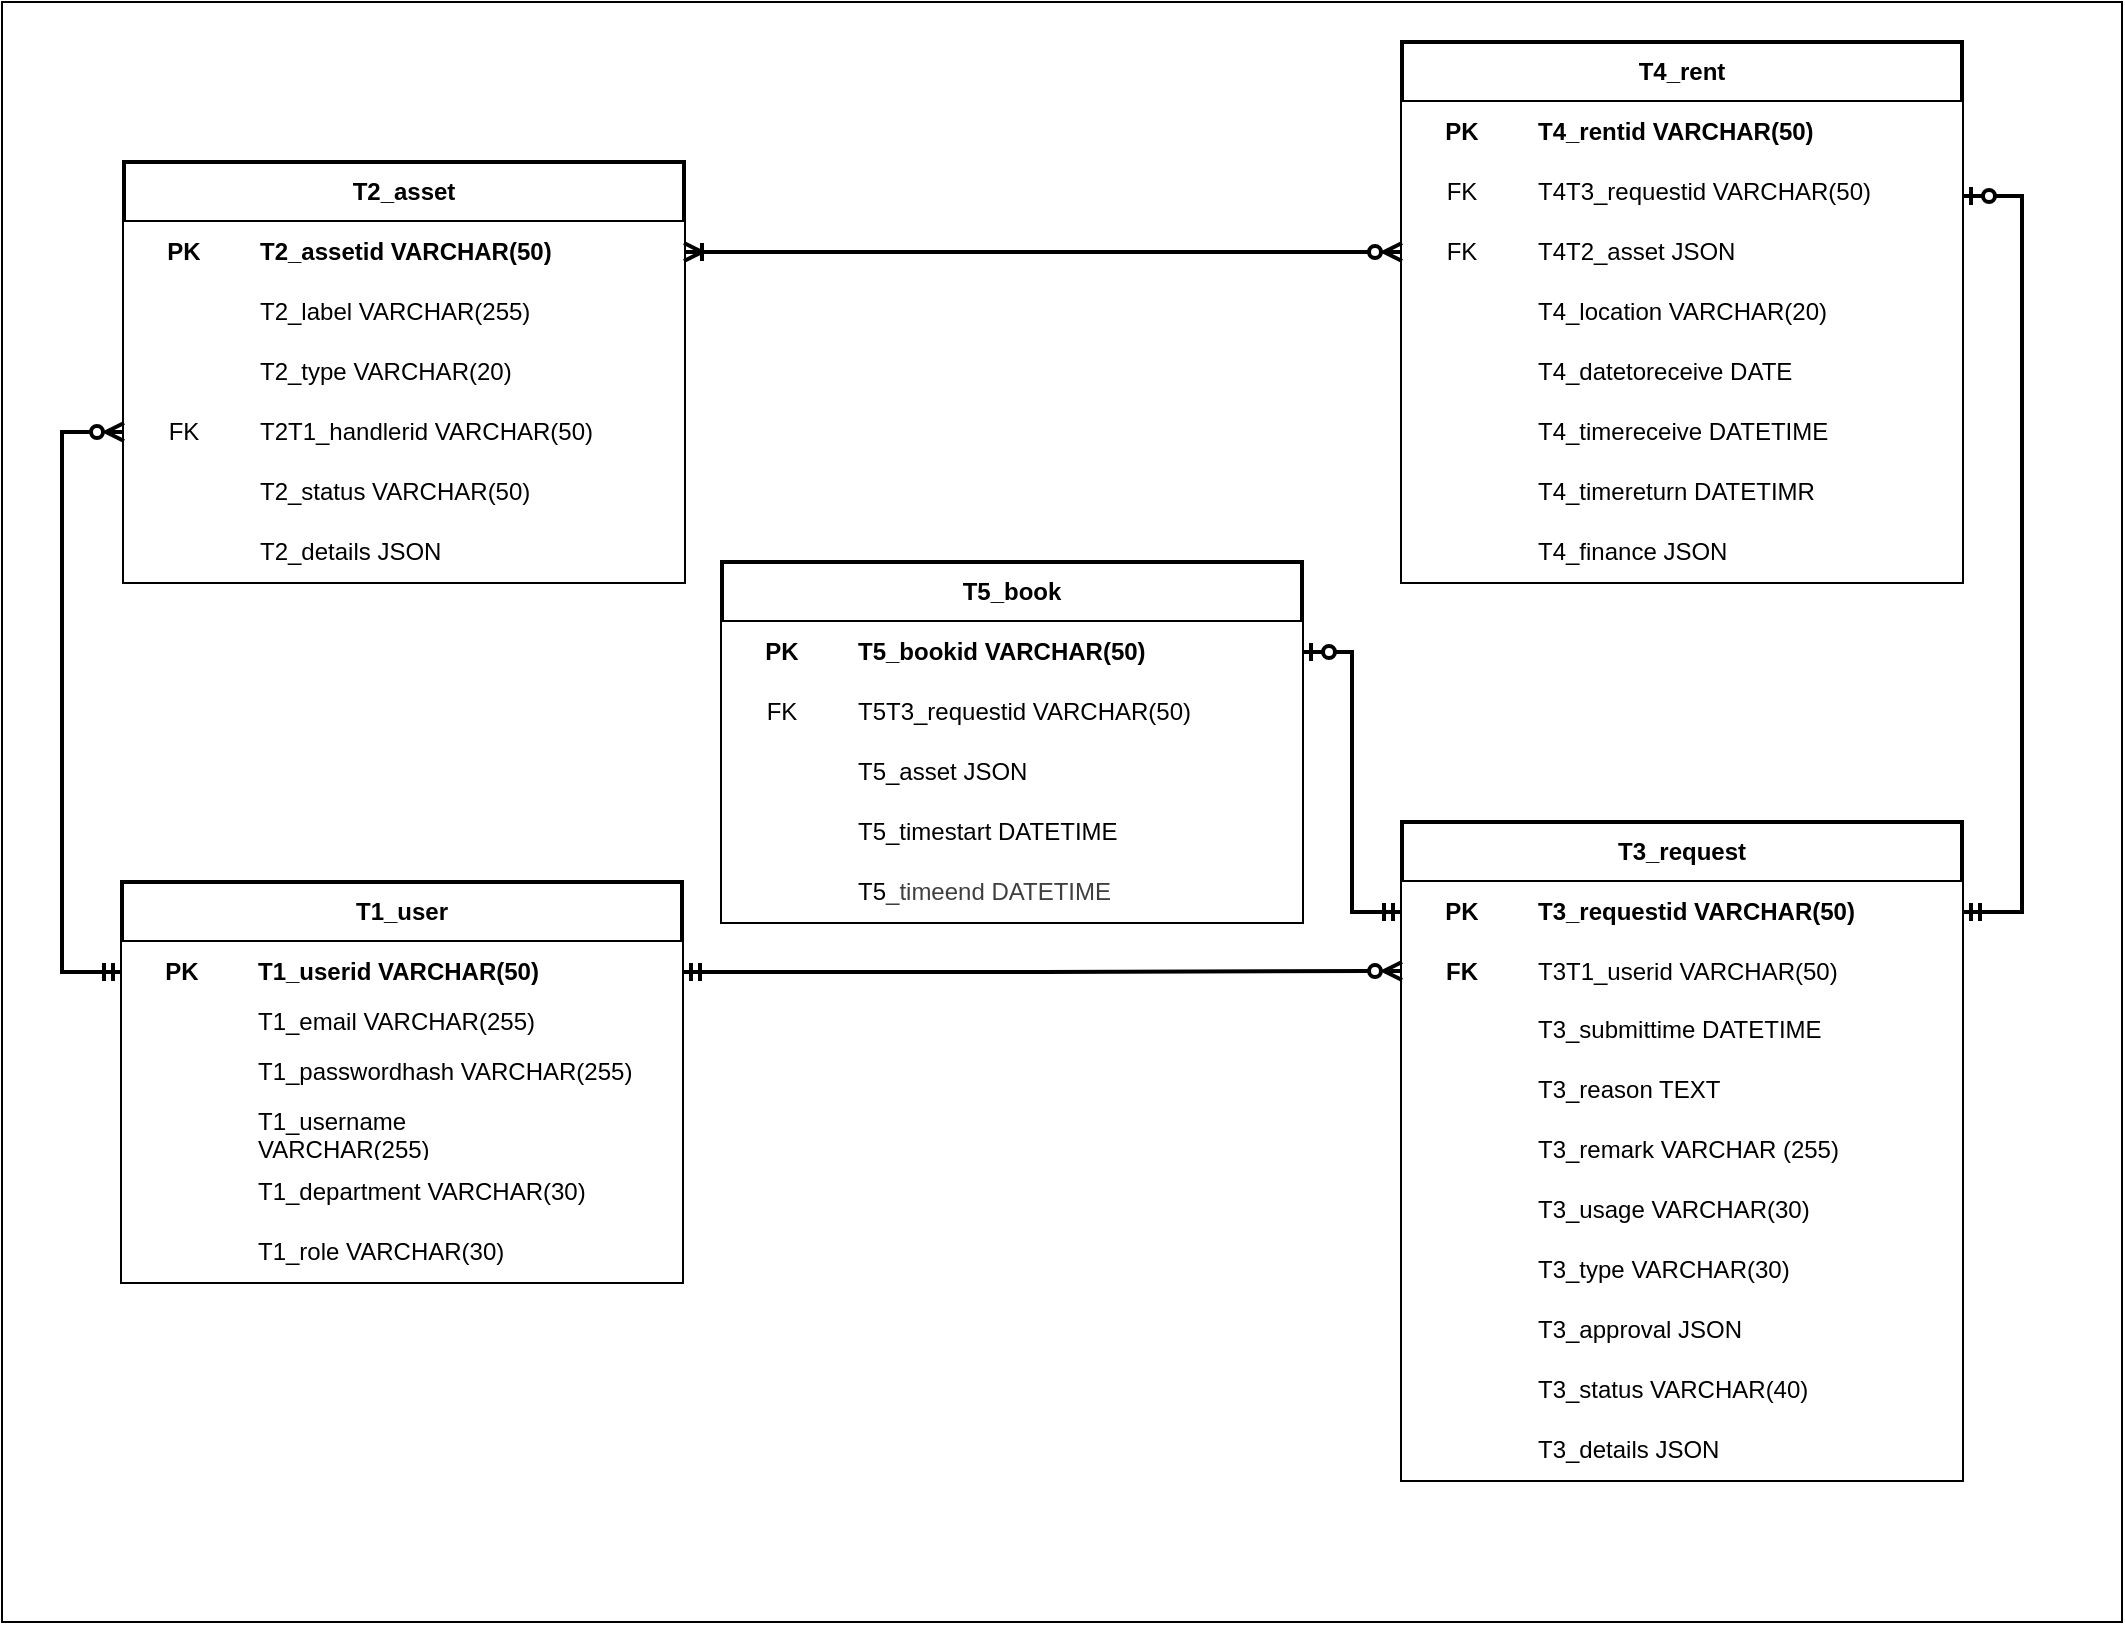
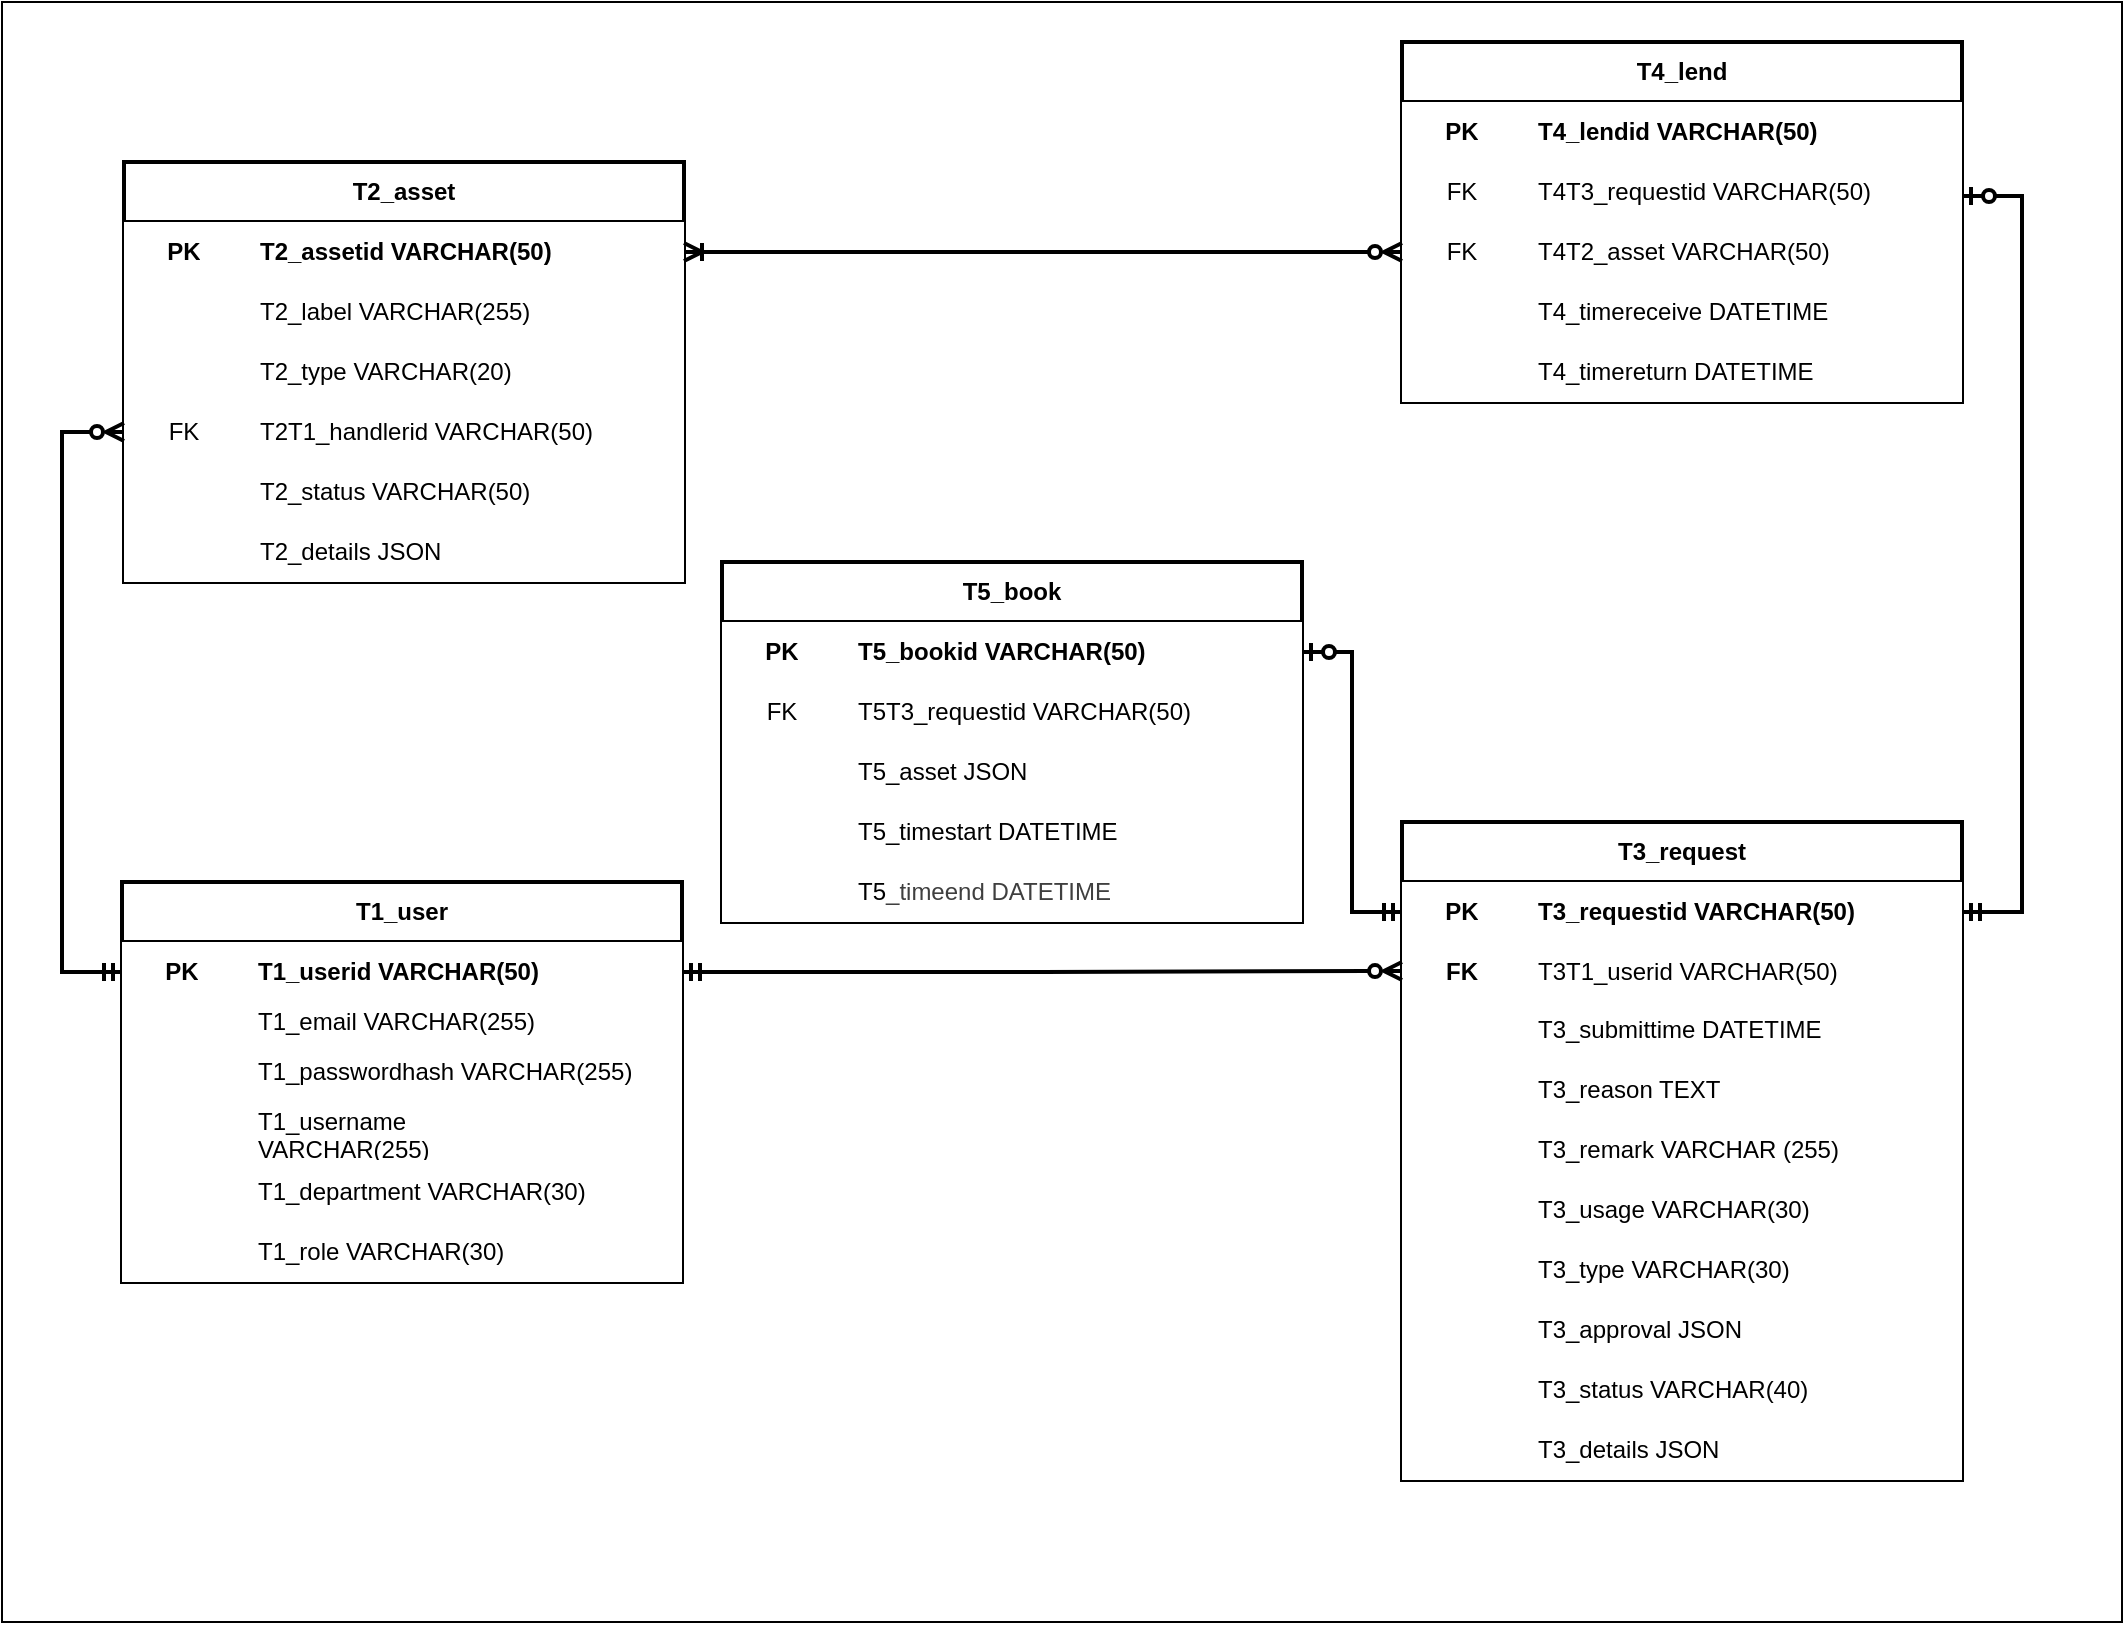
<mxfile host="65bd71144e">
    <diagram id="99jGwjI2mK34O7oxaWJw" name="Page-1">
-         <mxGraphModel dx="890" dy="521" grid="1" gridSize="10" guides="1" tooltips="1" connect="1" arrows="1" fold="1" page="1" pageScale="1" pageWidth="827" pageHeight="1169" math="0" shadow="0">
+         <mxGraphModel dx="478" dy="547" grid="1" gridSize="10" guides="1" tooltips="1" connect="1" arrows="1" fold="1" page="1" pageScale="1" pageWidth="827" pageHeight="1169" math="0" shadow="0">
            <root>
                <mxCell id="0"/>
                <mxCell id="1" parent="0"/>
                <mxCell id="160" value="" style="rounded=0;whiteSpace=wrap;html=1;" parent="1" vertex="1">
                    <mxGeometry x="160" y="90" width="1060" height="810" as="geometry"/>
                </mxCell>
                <mxCell id="18" value="T1_user" style="shape=table;startSize=30;container=1;collapsible=1;childLayout=tableLayout;fixedRows=1;rowLines=0;fontStyle=1;align=center;resizeLast=1;html=1;whiteSpace=wrap;fillColor=default;fillStyle=solid;swimlaneFillColor=none;strokeColor=default;perimeterSpacing=0;swimlaneLine=1;shadow=0;strokeWidth=2;labelBorderColor=none;labelBackgroundColor=none;" parent="1" vertex="1">
                    <mxGeometry x="220" y="530" width="280" height="200" as="geometry"/>
                </mxCell>
                <mxCell id="19" value="" style="shape=tableRow;horizontal=0;startSize=0;swimlaneHead=0;swimlaneBody=0;fillColor=default;collapsible=0;dropTarget=0;points=[[0,0.5],[1,0.5]];portConstraint=eastwest;top=0;left=0;right=0;bottom=0;html=1;labelBackgroundColor=none;labelBorderColor=none;swimlaneFillColor=none;" parent="18" vertex="1">
                    <mxGeometry y="30" width="280" height="30" as="geometry"/>
                </mxCell>
                <mxCell id="20" value="PK" style="shape=partialRectangle;connectable=0;fillColor=default;top=0;left=0;bottom=0;right=0;fontStyle=1;overflow=hidden;html=1;whiteSpace=wrap;labelBackgroundColor=none;labelBorderColor=none;swimlaneFillColor=none;" parent="19" vertex="1">
                    <mxGeometry width="60" height="30" as="geometry">
                        <mxRectangle width="60" height="30" as="alternateBounds"/>
                    </mxGeometry>
                </mxCell>
                <mxCell id="21" value="T1_userid VARCHAR(50)" style="shape=partialRectangle;connectable=0;fillColor=default;top=0;left=0;bottom=0;right=0;align=left;spacingLeft=6;fontStyle=1;overflow=hidden;html=1;whiteSpace=wrap;labelBackgroundColor=none;labelBorderColor=none;swimlaneFillColor=none;" parent="19" vertex="1">
                    <mxGeometry x="60" width="220" height="30" as="geometry">
                        <mxRectangle width="220" height="30" as="alternateBounds"/>
                    </mxGeometry>
                </mxCell>
                <mxCell id="22" value="" style="shape=tableRow;horizontal=0;startSize=0;swimlaneHead=0;swimlaneBody=0;fillColor=default;collapsible=0;dropTarget=0;points=[[0,0.5],[1,0.5]];portConstraint=eastwest;top=0;left=0;right=0;bottom=0;html=1;labelBackgroundColor=none;labelBorderColor=none;swimlaneFillColor=none;" parent="18" vertex="1">
                    <mxGeometry y="60" width="280" height="20" as="geometry"/>
                </mxCell>
                <mxCell id="23" value="" style="shape=partialRectangle;connectable=0;fillColor=default;top=0;left=0;bottom=0;right=0;fontStyle=1;overflow=hidden;html=1;whiteSpace=wrap;strokeWidth=1;shadow=0;strokeColor=default;perimeterSpacing=0;labelBackgroundColor=none;labelBorderColor=none;swimlaneFillColor=none;" parent="22" vertex="1">
                    <mxGeometry width="60" height="20" as="geometry">
                        <mxRectangle width="60" height="20" as="alternateBounds"/>
                    </mxGeometry>
                </mxCell>
                <mxCell id="24" value="T1_email VARCHAR(255)" style="shape=partialRectangle;connectable=0;fillColor=default;top=0;left=0;bottom=0;right=0;align=left;spacingLeft=6;fontStyle=0;overflow=hidden;html=1;whiteSpace=wrap;strokeWidth=1;shadow=0;perimeterSpacing=0;labelBackgroundColor=none;labelBorderColor=none;swimlaneFillColor=none;" parent="22" vertex="1">
                    <mxGeometry x="60" width="220" height="20" as="geometry">
                        <mxRectangle width="220" height="20" as="alternateBounds"/>
                    </mxGeometry>
                </mxCell>
                <mxCell id="25" value="" style="shape=tableRow;horizontal=0;startSize=0;swimlaneHead=0;swimlaneBody=0;fillColor=default;collapsible=0;dropTarget=0;points=[[0,0.5],[1,0.5]];portConstraint=eastwest;top=0;left=0;right=0;bottom=0;html=1;labelBackgroundColor=none;labelBorderColor=none;swimlaneFillColor=none;" parent="18" vertex="1">
                    <mxGeometry y="80" width="280" height="30" as="geometry"/>
                </mxCell>
                <mxCell id="26" value="" style="shape=partialRectangle;connectable=0;fillColor=default;top=0;left=0;bottom=0;right=0;editable=1;overflow=hidden;html=1;whiteSpace=wrap;labelBackgroundColor=none;labelBorderColor=none;swimlaneFillColor=none;" parent="25" vertex="1">
                    <mxGeometry width="60" height="30" as="geometry">
                        <mxRectangle width="60" height="30" as="alternateBounds"/>
                    </mxGeometry>
                </mxCell>
                <mxCell id="27" value="T1_passwordhash VARCHAR(255)" style="shape=partialRectangle;connectable=0;fillColor=default;top=0;left=0;bottom=0;right=0;align=left;spacingLeft=6;overflow=hidden;html=1;whiteSpace=wrap;labelBackgroundColor=none;labelBorderColor=none;swimlaneFillColor=none;" parent="25" vertex="1">
                    <mxGeometry x="60" width="220" height="30" as="geometry">
                        <mxRectangle width="220" height="30" as="alternateBounds"/>
                    </mxGeometry>
                </mxCell>
                <mxCell id="119" value="" style="shape=tableRow;horizontal=0;startSize=0;swimlaneHead=0;swimlaneBody=0;fillColor=default;collapsible=0;dropTarget=0;points=[[0,0.5],[1,0.5]];portConstraint=eastwest;top=0;left=0;right=0;bottom=0;html=1;labelBackgroundColor=none;labelBorderColor=none;swimlaneFillColor=none;" parent="18" vertex="1">
                    <mxGeometry y="110" width="280" height="30" as="geometry"/>
                </mxCell>
                <mxCell id="120" value="" style="shape=partialRectangle;connectable=0;fillColor=default;top=0;left=0;bottom=0;right=0;editable=1;overflow=hidden;html=1;whiteSpace=wrap;labelBackgroundColor=none;labelBorderColor=none;swimlaneFillColor=none;" parent="119" vertex="1">
                    <mxGeometry width="60" height="30" as="geometry">
                        <mxRectangle width="60" height="30" as="alternateBounds"/>
                    </mxGeometry>
                </mxCell>
                <mxCell id="121" value="T1_username VARCHAR(255)&lt;span style=&quot;white-space: pre;&quot;&gt;&#x9;&lt;/span&gt;&lt;span style=&quot;white-space: pre;&quot;&gt;&#x9;&lt;/span&gt;" style="shape=partialRectangle;connectable=0;fillColor=default;top=0;left=0;bottom=0;right=0;align=left;spacingLeft=6;overflow=hidden;html=1;whiteSpace=wrap;labelBackgroundColor=none;labelBorderColor=none;swimlaneFillColor=none;" parent="119" vertex="1">
                    <mxGeometry x="60" width="220" height="30" as="geometry">
                        <mxRectangle width="220" height="30" as="alternateBounds"/>
                    </mxGeometry>
                </mxCell>
                <mxCell id="122" value="" style="shape=tableRow;horizontal=0;startSize=0;swimlaneHead=0;swimlaneBody=0;fillColor=default;collapsible=0;dropTarget=0;points=[[0,0.5],[1,0.5]];portConstraint=eastwest;top=0;left=0;right=0;bottom=0;html=1;labelBackgroundColor=none;labelBorderColor=none;swimlaneFillColor=none;" parent="18" vertex="1">
                    <mxGeometry y="140" width="280" height="30" as="geometry"/>
                </mxCell>
                <mxCell id="123" value="" style="shape=partialRectangle;connectable=0;fillColor=default;top=0;left=0;bottom=0;right=0;editable=1;overflow=hidden;html=1;whiteSpace=wrap;labelBackgroundColor=none;labelBorderColor=none;swimlaneFillColor=none;" parent="122" vertex="1">
                    <mxGeometry width="60" height="30" as="geometry">
                        <mxRectangle width="60" height="30" as="alternateBounds"/>
                    </mxGeometry>
                </mxCell>
                <mxCell id="124" value="T1_department VARCHAR(30)" style="shape=partialRectangle;connectable=0;fillColor=default;top=0;left=0;bottom=0;right=0;align=left;spacingLeft=6;overflow=hidden;html=1;whiteSpace=wrap;labelBackgroundColor=none;labelBorderColor=none;swimlaneFillColor=none;" parent="122" vertex="1">
                    <mxGeometry x="60" width="220" height="30" as="geometry">
                        <mxRectangle width="220" height="30" as="alternateBounds"/>
                    </mxGeometry>
                </mxCell>
                <mxCell id="28" value="" style="shape=tableRow;horizontal=0;startSize=0;swimlaneHead=0;swimlaneBody=0;fillColor=default;collapsible=0;dropTarget=0;points=[[0,0.5],[1,0.5]];portConstraint=eastwest;top=0;left=0;right=0;bottom=0;html=1;labelBackgroundColor=none;labelBorderColor=none;swimlaneFillColor=none;" parent="18" vertex="1">
                    <mxGeometry y="170" width="280" height="30" as="geometry"/>
                </mxCell>
                <mxCell id="29" value="" style="shape=partialRectangle;connectable=0;fillColor=default;top=0;left=0;bottom=0;right=0;editable=1;overflow=hidden;html=1;whiteSpace=wrap;labelBackgroundColor=none;labelBorderColor=none;swimlaneFillColor=none;" parent="28" vertex="1">
                    <mxGeometry width="60" height="30" as="geometry">
                        <mxRectangle width="60" height="30" as="alternateBounds"/>
                    </mxGeometry>
                </mxCell>
                <mxCell id="30" value="T1_role VARCHAR(30)" style="shape=partialRectangle;connectable=0;fillColor=default;top=0;left=0;bottom=0;right=0;align=left;spacingLeft=6;overflow=hidden;html=1;whiteSpace=wrap;labelBackgroundColor=none;labelBorderColor=none;swimlaneFillColor=none;" parent="28" vertex="1">
                    <mxGeometry x="60" width="220" height="30" as="geometry">
                        <mxRectangle width="220" height="30" as="alternateBounds"/>
                    </mxGeometry>
                </mxCell>
                <mxCell id="34" value="T2_asset" style="shape=table;startSize=30;container=1;collapsible=1;childLayout=tableLayout;fixedRows=1;rowLines=0;fontStyle=1;align=center;resizeLast=1;html=1;whiteSpace=wrap;fillColor=default;fillStyle=solid;swimlaneFillColor=none;strokeColor=default;perimeterSpacing=0;swimlaneLine=1;shadow=0;strokeWidth=2;labelBorderColor=none;labelBackgroundColor=none;" parent="1" vertex="1">
                    <mxGeometry x="221" y="170" width="280" height="210" as="geometry"/>
                </mxCell>
                <mxCell id="35" value="" style="shape=tableRow;horizontal=0;startSize=0;swimlaneHead=0;swimlaneBody=0;fillColor=default;collapsible=0;dropTarget=0;points=[[0,0.5],[1,0.5]];portConstraint=eastwest;top=0;left=0;right=0;bottom=0;html=1;labelBackgroundColor=none;labelBorderColor=none;swimlaneFillColor=none;" parent="34" vertex="1">
                    <mxGeometry y="30" width="280" height="30" as="geometry"/>
                </mxCell>
                <mxCell id="36" value="PK" style="shape=partialRectangle;connectable=0;fillColor=default;top=0;left=0;bottom=0;right=0;fontStyle=1;overflow=hidden;html=1;whiteSpace=wrap;labelBackgroundColor=none;labelBorderColor=none;swimlaneFillColor=none;" parent="35" vertex="1">
                    <mxGeometry width="60" height="30" as="geometry">
                        <mxRectangle width="60" height="30" as="alternateBounds"/>
                    </mxGeometry>
                </mxCell>
                <mxCell id="37" value="T2_assetid VARCHAR(50)" style="shape=partialRectangle;connectable=0;fillColor=default;top=0;left=0;bottom=0;right=0;align=left;spacingLeft=6;fontStyle=1;overflow=hidden;html=1;whiteSpace=wrap;labelBackgroundColor=none;labelBorderColor=none;swimlaneFillColor=none;" parent="35" vertex="1">
                    <mxGeometry x="60" width="220" height="30" as="geometry">
                        <mxRectangle width="220" height="30" as="alternateBounds"/>
                    </mxGeometry>
                </mxCell>
                <mxCell id="38" value="" style="shape=tableRow;horizontal=0;startSize=0;swimlaneHead=0;swimlaneBody=0;fillColor=default;collapsible=0;dropTarget=0;points=[[0,0.5],[1,0.5]];portConstraint=eastwest;top=0;left=0;right=0;bottom=0;html=1;labelBackgroundColor=none;labelBorderColor=none;swimlaneFillColor=none;" parent="34" vertex="1">
                    <mxGeometry y="60" width="280" height="30" as="geometry"/>
                </mxCell>
                <mxCell id="39" value="" style="shape=partialRectangle;connectable=0;fillColor=default;top=0;left=0;bottom=0;right=0;fontStyle=1;overflow=hidden;html=1;whiteSpace=wrap;strokeWidth=1;shadow=0;strokeColor=default;perimeterSpacing=0;labelBackgroundColor=none;labelBorderColor=none;swimlaneFillColor=none;" parent="38" vertex="1">
                    <mxGeometry width="60" height="30" as="geometry">
                        <mxRectangle width="60" height="30" as="alternateBounds"/>
                    </mxGeometry>
                </mxCell>
                <mxCell id="40" value="T2_label VARCHAR(255)" style="shape=partialRectangle;connectable=0;fillColor=default;top=0;left=0;bottom=0;right=0;align=left;spacingLeft=6;fontStyle=0;overflow=hidden;html=1;whiteSpace=wrap;strokeWidth=1;shadow=0;perimeterSpacing=0;labelBackgroundColor=none;labelBorderColor=none;swimlaneFillColor=none;" parent="38" vertex="1">
                    <mxGeometry x="60" width="220" height="30" as="geometry">
                        <mxRectangle width="220" height="30" as="alternateBounds"/>
                    </mxGeometry>
                </mxCell>
                <mxCell id="66" value="" style="shape=tableRow;horizontal=0;startSize=0;swimlaneHead=0;swimlaneBody=0;fillColor=default;collapsible=0;dropTarget=0;points=[[0,0.5],[1,0.5]];portConstraint=eastwest;top=0;left=0;right=0;bottom=0;html=1;labelBackgroundColor=none;labelBorderColor=none;swimlaneFillColor=none;" parent="34" vertex="1">
                    <mxGeometry y="90" width="280" height="30" as="geometry"/>
                </mxCell>
                <mxCell id="67" value="" style="shape=partialRectangle;connectable=0;fillColor=default;top=0;left=0;bottom=0;right=0;fontStyle=1;overflow=hidden;html=1;whiteSpace=wrap;strokeWidth=1;shadow=0;strokeColor=default;perimeterSpacing=0;labelBackgroundColor=none;labelBorderColor=none;swimlaneFillColor=none;" parent="66" vertex="1">
                    <mxGeometry width="60" height="30" as="geometry">
                        <mxRectangle width="60" height="30" as="alternateBounds"/>
                    </mxGeometry>
                </mxCell>
                <mxCell id="68" value="T2_type VARCHAR(20)" style="shape=partialRectangle;connectable=0;fillColor=default;top=0;left=0;bottom=0;right=0;align=left;spacingLeft=6;fontStyle=0;overflow=hidden;html=1;whiteSpace=wrap;strokeWidth=1;shadow=0;perimeterSpacing=0;labelBackgroundColor=none;labelBorderColor=none;swimlaneFillColor=none;" parent="66" vertex="1">
                    <mxGeometry x="60" width="220" height="30" as="geometry">
                        <mxRectangle width="220" height="30" as="alternateBounds"/>
                    </mxGeometry>
                </mxCell>
                <mxCell id="60" value="" style="shape=tableRow;horizontal=0;startSize=0;swimlaneHead=0;swimlaneBody=0;fillColor=default;collapsible=0;dropTarget=0;points=[[0,0.5],[1,0.5]];portConstraint=eastwest;top=0;left=0;right=0;bottom=0;html=1;labelBackgroundColor=none;labelBorderColor=none;swimlaneFillColor=none;" parent="34" vertex="1">
                    <mxGeometry y="120" width="280" height="30" as="geometry"/>
                </mxCell>
                <mxCell id="61" value="FK" style="shape=partialRectangle;connectable=0;fillColor=default;top=0;left=0;bottom=0;right=0;editable=1;overflow=hidden;html=1;whiteSpace=wrap;labelBackgroundColor=none;labelBorderColor=none;swimlaneFillColor=none;" parent="60" vertex="1">
                    <mxGeometry width="60" height="30" as="geometry">
                        <mxRectangle width="60" height="30" as="alternateBounds"/>
                    </mxGeometry>
                </mxCell>
                <mxCell id="62" value="T2T1_handlerid VARCHAR(50)" style="shape=partialRectangle;connectable=0;fillColor=default;top=0;left=0;bottom=0;right=0;align=left;spacingLeft=6;overflow=hidden;html=1;whiteSpace=wrap;labelBackgroundColor=none;labelBorderColor=none;swimlaneFillColor=none;" parent="60" vertex="1">
                    <mxGeometry x="60" width="220" height="30" as="geometry">
                        <mxRectangle width="220" height="30" as="alternateBounds"/>
                    </mxGeometry>
                </mxCell>
                <mxCell id="69" value="" style="shape=tableRow;horizontal=0;startSize=0;swimlaneHead=0;swimlaneBody=0;fillColor=default;collapsible=0;dropTarget=0;points=[[0,0.5],[1,0.5]];portConstraint=eastwest;top=0;left=0;right=0;bottom=0;html=1;labelBackgroundColor=none;labelBorderColor=none;swimlaneFillColor=none;" parent="34" vertex="1">
                    <mxGeometry y="150" width="280" height="30" as="geometry"/>
                </mxCell>
                <mxCell id="70" value="" style="shape=partialRectangle;connectable=0;fillColor=default;top=0;left=0;bottom=0;right=0;editable=1;overflow=hidden;html=1;whiteSpace=wrap;labelBackgroundColor=none;labelBorderColor=none;swimlaneFillColor=none;" parent="69" vertex="1">
                    <mxGeometry width="60" height="30" as="geometry">
                        <mxRectangle width="60" height="30" as="alternateBounds"/>
                    </mxGeometry>
                </mxCell>
                <mxCell id="71" value="T2_status VARCHAR(50)" style="shape=partialRectangle;connectable=0;fillColor=default;top=0;left=0;bottom=0;right=0;align=left;spacingLeft=6;overflow=hidden;html=1;whiteSpace=wrap;labelBackgroundColor=none;labelBorderColor=none;swimlaneFillColor=none;" parent="69" vertex="1">
                    <mxGeometry x="60" width="220" height="30" as="geometry">
                        <mxRectangle width="220" height="30" as="alternateBounds"/>
                    </mxGeometry>
                </mxCell>
                <mxCell id="153" value="" style="shape=tableRow;horizontal=0;startSize=0;swimlaneHead=0;swimlaneBody=0;fillColor=default;collapsible=0;dropTarget=0;points=[[0,0.5],[1,0.5]];portConstraint=eastwest;top=0;left=0;right=0;bottom=0;html=1;labelBackgroundColor=none;labelBorderColor=none;swimlaneFillColor=none;" parent="34" vertex="1">
                    <mxGeometry y="180" width="280" height="30" as="geometry"/>
                </mxCell>
                <mxCell id="154" value="" style="shape=partialRectangle;connectable=0;fillColor=default;top=0;left=0;bottom=0;right=0;editable=1;overflow=hidden;html=1;whiteSpace=wrap;labelBackgroundColor=none;labelBorderColor=none;swimlaneFillColor=none;" parent="153" vertex="1">
                    <mxGeometry width="60" height="30" as="geometry">
                        <mxRectangle width="60" height="30" as="alternateBounds"/>
                    </mxGeometry>
                </mxCell>
                <mxCell id="155" value="T2_details JSON" style="shape=partialRectangle;connectable=0;fillColor=default;top=0;left=0;bottom=0;right=0;align=left;spacingLeft=6;overflow=hidden;html=1;whiteSpace=wrap;labelBackgroundColor=none;labelBorderColor=none;swimlaneFillColor=none;" parent="153" vertex="1">
                    <mxGeometry x="60" width="220" height="30" as="geometry">
                        <mxRectangle width="220" height="30" as="alternateBounds"/>
                    </mxGeometry>
                </mxCell>
                <mxCell id="72" value="T3_request" style="shape=table;startSize=30;container=1;collapsible=1;childLayout=tableLayout;fixedRows=1;rowLines=0;fontStyle=1;align=center;resizeLast=1;html=1;whiteSpace=wrap;fillColor=default;fillStyle=solid;swimlaneFillColor=none;strokeColor=default;perimeterSpacing=0;swimlaneLine=1;shadow=0;strokeWidth=2;labelBorderColor=none;labelBackgroundColor=none;" parent="1" vertex="1">
                    <mxGeometry x="860" y="500" width="280" height="329" as="geometry"/>
                </mxCell>
                <mxCell id="73" value="" style="shape=tableRow;horizontal=0;startSize=0;swimlaneHead=0;swimlaneBody=0;fillColor=default;collapsible=0;dropTarget=0;points=[[0,0.5],[1,0.5]];portConstraint=eastwest;top=0;left=0;right=0;bottom=0;html=1;labelBackgroundColor=none;labelBorderColor=none;swimlaneFillColor=none;" parent="72" vertex="1">
                    <mxGeometry y="30" width="280" height="30" as="geometry"/>
                </mxCell>
                <mxCell id="74" value="PK" style="shape=partialRectangle;connectable=0;fillColor=default;top=0;left=0;bottom=0;right=0;fontStyle=1;overflow=hidden;html=1;whiteSpace=wrap;labelBackgroundColor=none;labelBorderColor=none;swimlaneFillColor=none;" parent="73" vertex="1">
                    <mxGeometry width="60" height="30" as="geometry">
                        <mxRectangle width="60" height="30" as="alternateBounds"/>
                    </mxGeometry>
                </mxCell>
                <mxCell id="75" value="T3_requestid VARCHAR(50)" style="shape=partialRectangle;connectable=0;fillColor=default;top=0;left=0;bottom=0;right=0;align=left;spacingLeft=6;fontStyle=1;overflow=hidden;html=1;whiteSpace=wrap;labelBackgroundColor=none;labelBorderColor=none;swimlaneFillColor=none;" parent="73" vertex="1">
                    <mxGeometry x="60" width="220" height="30" as="geometry">
                        <mxRectangle width="220" height="30" as="alternateBounds"/>
                    </mxGeometry>
                </mxCell>
                <mxCell id="76" value="" style="shape=tableRow;horizontal=0;startSize=0;swimlaneHead=0;swimlaneBody=0;fillColor=default;collapsible=0;dropTarget=0;points=[[0,0.5],[1,0.5]];portConstraint=eastwest;top=0;left=0;right=0;bottom=0;html=1;labelBackgroundColor=none;labelBorderColor=none;swimlaneFillColor=none;" parent="72" vertex="1">
                    <mxGeometry y="60" width="280" height="29" as="geometry"/>
                </mxCell>
                <mxCell id="77" value="FK" style="shape=partialRectangle;connectable=0;fillColor=default;top=0;left=0;bottom=0;right=0;fontStyle=1;overflow=hidden;html=1;whiteSpace=wrap;strokeWidth=1;shadow=0;strokeColor=default;perimeterSpacing=0;labelBackgroundColor=none;labelBorderColor=none;swimlaneFillColor=none;" parent="76" vertex="1">
                    <mxGeometry width="60" height="29" as="geometry">
                        <mxRectangle width="60" height="29" as="alternateBounds"/>
                    </mxGeometry>
                </mxCell>
                <mxCell id="78" value="T3T1_userid VARCHAR(50)" style="shape=partialRectangle;connectable=0;fillColor=default;top=0;left=0;bottom=0;right=0;align=left;spacingLeft=6;fontStyle=0;overflow=hidden;html=1;whiteSpace=wrap;strokeWidth=1;shadow=0;perimeterSpacing=0;labelBackgroundColor=none;labelBorderColor=none;swimlaneFillColor=none;" parent="76" vertex="1">
                    <mxGeometry x="60" width="220" height="29" as="geometry">
                        <mxRectangle width="220" height="29" as="alternateBounds"/>
                    </mxGeometry>
                </mxCell>
                <mxCell id="79" value="" style="shape=tableRow;horizontal=0;startSize=0;swimlaneHead=0;swimlaneBody=0;fillColor=default;collapsible=0;dropTarget=0;points=[[0,0.5],[1,0.5]];portConstraint=eastwest;top=0;left=0;right=0;bottom=0;html=1;labelBackgroundColor=none;labelBorderColor=none;swimlaneFillColor=none;" parent="72" vertex="1">
                    <mxGeometry y="89" width="280" height="30" as="geometry"/>
                </mxCell>
                <mxCell id="80" value="" style="shape=partialRectangle;connectable=0;fillColor=default;top=0;left=0;bottom=0;right=0;editable=1;overflow=hidden;html=1;whiteSpace=wrap;labelBackgroundColor=none;labelBorderColor=none;swimlaneFillColor=none;" parent="79" vertex="1">
                    <mxGeometry width="60" height="30" as="geometry">
                        <mxRectangle width="60" height="30" as="alternateBounds"/>
                    </mxGeometry>
                </mxCell>
                <mxCell id="81" value="T3_submittime DATETIME" style="shape=partialRectangle;connectable=0;fillColor=default;top=0;left=0;bottom=0;right=0;align=left;spacingLeft=6;overflow=hidden;html=1;whiteSpace=wrap;labelBackgroundColor=none;labelBorderColor=none;swimlaneFillColor=none;" parent="79" vertex="1">
                    <mxGeometry x="60" width="220" height="30" as="geometry">
                        <mxRectangle width="220" height="30" as="alternateBounds"/>
                    </mxGeometry>
                </mxCell>
                <mxCell id="128" value="" style="shape=tableRow;horizontal=0;startSize=0;swimlaneHead=0;swimlaneBody=0;fillColor=default;collapsible=0;dropTarget=0;points=[[0,0.5],[1,0.5]];portConstraint=eastwest;top=0;left=0;right=0;bottom=0;html=1;labelBackgroundColor=none;labelBorderColor=none;swimlaneFillColor=none;" parent="72" vertex="1">
                    <mxGeometry y="119" width="280" height="30" as="geometry"/>
                </mxCell>
                <mxCell id="129" value="" style="shape=partialRectangle;connectable=0;fillColor=default;top=0;left=0;bottom=0;right=0;editable=1;overflow=hidden;html=1;whiteSpace=wrap;labelBackgroundColor=none;labelBorderColor=none;swimlaneFillColor=none;" parent="128" vertex="1">
                    <mxGeometry width="60" height="30" as="geometry">
                        <mxRectangle width="60" height="30" as="alternateBounds"/>
                    </mxGeometry>
                </mxCell>
                <mxCell id="130" value="T3_reason TEXT" style="shape=partialRectangle;connectable=0;fillColor=default;top=0;left=0;bottom=0;right=0;align=left;spacingLeft=6;overflow=hidden;html=1;whiteSpace=wrap;labelBackgroundColor=none;labelBorderColor=none;swimlaneFillColor=none;" parent="128" vertex="1">
                    <mxGeometry x="60" width="220" height="30" as="geometry">
                        <mxRectangle width="220" height="30" as="alternateBounds"/>
                    </mxGeometry>
                </mxCell>
                <mxCell id="131" value="" style="shape=tableRow;horizontal=0;startSize=0;swimlaneHead=0;swimlaneBody=0;fillColor=default;collapsible=0;dropTarget=0;points=[[0,0.5],[1,0.5]];portConstraint=eastwest;top=0;left=0;right=0;bottom=0;html=1;labelBackgroundColor=none;labelBorderColor=none;swimlaneFillColor=none;" parent="72" vertex="1">
                    <mxGeometry y="149" width="280" height="30" as="geometry"/>
                </mxCell>
                <mxCell id="132" value="" style="shape=partialRectangle;connectable=0;fillColor=default;top=0;left=0;bottom=0;right=0;editable=1;overflow=hidden;html=1;whiteSpace=wrap;labelBackgroundColor=none;labelBorderColor=none;swimlaneFillColor=none;" parent="131" vertex="1">
                    <mxGeometry width="60" height="30" as="geometry">
                        <mxRectangle width="60" height="30" as="alternateBounds"/>
                    </mxGeometry>
                </mxCell>
                <mxCell id="133" value="T3_remark VARCHAR (255)" style="shape=partialRectangle;connectable=0;fillColor=default;top=0;left=0;bottom=0;right=0;align=left;spacingLeft=6;overflow=hidden;html=1;whiteSpace=wrap;labelBackgroundColor=none;labelBorderColor=none;swimlaneFillColor=none;" parent="131" vertex="1">
                    <mxGeometry x="60" width="220" height="30" as="geometry">
                        <mxRectangle width="220" height="30" as="alternateBounds"/>
                    </mxGeometry>
                </mxCell>
                <mxCell id="134" value="" style="shape=tableRow;horizontal=0;startSize=0;swimlaneHead=0;swimlaneBody=0;fillColor=default;collapsible=0;dropTarget=0;points=[[0,0.5],[1,0.5]];portConstraint=eastwest;top=0;left=0;right=0;bottom=0;html=1;labelBackgroundColor=none;labelBorderColor=none;swimlaneFillColor=none;" parent="72" vertex="1">
                    <mxGeometry y="179" width="280" height="30" as="geometry"/>
                </mxCell>
                <mxCell id="135" value="" style="shape=partialRectangle;connectable=0;fillColor=default;top=0;left=0;bottom=0;right=0;editable=1;overflow=hidden;html=1;whiteSpace=wrap;labelBackgroundColor=none;labelBorderColor=none;swimlaneFillColor=none;" parent="134" vertex="1">
                    <mxGeometry width="60" height="30" as="geometry">
                        <mxRectangle width="60" height="30" as="alternateBounds"/>
                    </mxGeometry>
                </mxCell>
                <mxCell id="136" value="T3_usage VARCHAR(30)" style="shape=partialRectangle;connectable=0;fillColor=default;top=0;left=0;bottom=0;right=0;align=left;spacingLeft=6;overflow=hidden;html=1;whiteSpace=wrap;labelBackgroundColor=none;labelBorderColor=none;swimlaneFillColor=none;" parent="134" vertex="1">
                    <mxGeometry x="60" width="220" height="30" as="geometry">
                        <mxRectangle width="220" height="30" as="alternateBounds"/>
                    </mxGeometry>
                </mxCell>
                <mxCell id="137" value="" style="shape=tableRow;horizontal=0;startSize=0;swimlaneHead=0;swimlaneBody=0;fillColor=default;collapsible=0;dropTarget=0;points=[[0,0.5],[1,0.5]];portConstraint=eastwest;top=0;left=0;right=0;bottom=0;html=1;labelBackgroundColor=none;labelBorderColor=none;swimlaneFillColor=none;" parent="72" vertex="1">
                    <mxGeometry y="209" width="280" height="30" as="geometry"/>
                </mxCell>
                <mxCell id="138" value="" style="shape=partialRectangle;connectable=0;fillColor=default;top=0;left=0;bottom=0;right=0;editable=1;overflow=hidden;html=1;whiteSpace=wrap;labelBackgroundColor=none;labelBorderColor=none;swimlaneFillColor=none;" parent="137" vertex="1">
                    <mxGeometry width="60" height="30" as="geometry">
                        <mxRectangle width="60" height="30" as="alternateBounds"/>
                    </mxGeometry>
                </mxCell>
                <mxCell id="139" value="T3_type VARCHAR(30)" style="shape=partialRectangle;connectable=0;fillColor=default;top=0;left=0;bottom=0;right=0;align=left;spacingLeft=6;overflow=hidden;html=1;whiteSpace=wrap;labelBackgroundColor=none;labelBorderColor=none;swimlaneFillColor=none;" parent="137" vertex="1">
                    <mxGeometry x="60" width="220" height="30" as="geometry">
                        <mxRectangle width="220" height="30" as="alternateBounds"/>
                    </mxGeometry>
                </mxCell>
                <mxCell id="82" value="" style="shape=tableRow;horizontal=0;startSize=0;swimlaneHead=0;swimlaneBody=0;fillColor=default;collapsible=0;dropTarget=0;points=[[0,0.5],[1,0.5]];portConstraint=eastwest;top=0;left=0;right=0;bottom=0;html=1;labelBackgroundColor=none;labelBorderColor=none;swimlaneFillColor=none;" parent="72" vertex="1">
                    <mxGeometry y="239" width="280" height="30" as="geometry"/>
                </mxCell>
                <mxCell id="83" value="" style="shape=partialRectangle;connectable=0;fillColor=default;top=0;left=0;bottom=0;right=0;editable=1;overflow=hidden;html=1;whiteSpace=wrap;labelBackgroundColor=none;labelBorderColor=none;swimlaneFillColor=none;" parent="82" vertex="1">
                    <mxGeometry width="60" height="30" as="geometry">
                        <mxRectangle width="60" height="30" as="alternateBounds"/>
                    </mxGeometry>
                </mxCell>
                <mxCell id="84" value="T3_approval JSON" style="shape=partialRectangle;connectable=0;fillColor=default;top=0;left=0;bottom=0;right=0;align=left;spacingLeft=6;overflow=hidden;html=1;whiteSpace=wrap;labelBackgroundColor=none;labelBorderColor=none;swimlaneFillColor=none;" parent="82" vertex="1">
                    <mxGeometry x="60" width="220" height="30" as="geometry">
                        <mxRectangle width="220" height="30" as="alternateBounds"/>
                    </mxGeometry>
                </mxCell>
                <mxCell id="88" value="" style="shape=tableRow;horizontal=0;startSize=0;swimlaneHead=0;swimlaneBody=0;fillColor=default;collapsible=0;dropTarget=0;points=[[0,0.5],[1,0.5]];portConstraint=eastwest;top=0;left=0;right=0;bottom=0;html=1;labelBackgroundColor=none;labelBorderColor=none;swimlaneFillColor=none;" parent="72" vertex="1">
                    <mxGeometry y="269" width="280" height="30" as="geometry"/>
                </mxCell>
                <mxCell id="89" value="" style="shape=partialRectangle;connectable=0;fillColor=default;top=0;left=0;bottom=0;right=0;editable=1;overflow=hidden;html=1;whiteSpace=wrap;labelBackgroundColor=none;labelBorderColor=none;swimlaneFillColor=none;" parent="88" vertex="1">
                    <mxGeometry width="60" height="30" as="geometry">
                        <mxRectangle width="60" height="30" as="alternateBounds"/>
                    </mxGeometry>
                </mxCell>
                <mxCell id="90" value="T3_status VARCHAR(40)" style="shape=partialRectangle;connectable=0;fillColor=default;top=0;left=0;bottom=0;right=0;align=left;spacingLeft=6;overflow=hidden;html=1;whiteSpace=wrap;labelBackgroundColor=none;labelBorderColor=none;swimlaneFillColor=none;" parent="88" vertex="1">
                    <mxGeometry x="60" width="220" height="30" as="geometry">
                        <mxRectangle width="220" height="30" as="alternateBounds"/>
                    </mxGeometry>
                </mxCell>
                <mxCell id="85" value="" style="shape=tableRow;horizontal=0;startSize=0;swimlaneHead=0;swimlaneBody=0;fillColor=default;collapsible=0;dropTarget=0;points=[[0,0.5],[1,0.5]];portConstraint=eastwest;top=0;left=0;right=0;bottom=0;html=1;labelBackgroundColor=none;labelBorderColor=none;swimlaneFillColor=none;" parent="72" vertex="1">
                    <mxGeometry y="299" width="280" height="30" as="geometry"/>
                </mxCell>
                <mxCell id="86" value="" style="shape=partialRectangle;connectable=0;fillColor=default;top=0;left=0;bottom=0;right=0;editable=1;overflow=hidden;html=1;whiteSpace=wrap;labelBackgroundColor=none;labelBorderColor=none;swimlaneFillColor=none;" parent="85" vertex="1">
                    <mxGeometry width="60" height="30" as="geometry">
                        <mxRectangle width="60" height="30" as="alternateBounds"/>
                    </mxGeometry>
                </mxCell>
                <mxCell id="87" value="T3_details JSON" style="shape=partialRectangle;connectable=0;fillColor=default;top=0;left=0;bottom=0;right=0;align=left;spacingLeft=6;overflow=hidden;html=1;whiteSpace=wrap;labelBackgroundColor=none;labelBorderColor=none;swimlaneFillColor=none;" parent="85" vertex="1">
                    <mxGeometry x="60" width="220" height="30" as="geometry">
                        <mxRectangle width="220" height="30" as="alternateBounds"/>
                    </mxGeometry>
                </mxCell>
-                 <mxCell id="161" value="T4_rent" style="shape=table;startSize=30;container=1;collapsible=1;childLayout=tableLayout;fixedRows=1;rowLines=0;fontStyle=1;align=center;resizeLast=1;html=1;whiteSpace=wrap;fillColor=default;fillStyle=solid;swimlaneFillColor=none;strokeColor=default;perimeterSpacing=0;swimlaneLine=1;shadow=0;strokeWidth=2;labelBorderColor=none;labelBackgroundColor=none;" parent="1" vertex="1">
-                     <mxGeometry x="860" y="110" width="280" height="270" as="geometry"/>
+                 <mxCell id="161" value="T4_lend" style="shape=table;startSize=30;container=1;collapsible=1;childLayout=tableLayout;fixedRows=1;rowLines=0;fontStyle=1;align=center;resizeLast=1;html=1;whiteSpace=wrap;fillColor=default;fillStyle=solid;swimlaneFillColor=none;strokeColor=default;perimeterSpacing=0;swimlaneLine=1;shadow=0;strokeWidth=2;labelBorderColor=none;labelBackgroundColor=none;" parent="1" vertex="1">
+                     <mxGeometry x="860" y="110" width="280" height="180" as="geometry"/>
                </mxCell>
                <mxCell id="162" value="" style="shape=tableRow;horizontal=0;startSize=0;swimlaneHead=0;swimlaneBody=0;fillColor=default;collapsible=0;dropTarget=0;points=[[0,0.5],[1,0.5]];portConstraint=eastwest;top=0;left=0;right=0;bottom=0;html=1;labelBackgroundColor=none;labelBorderColor=none;swimlaneFillColor=none;" parent="161" vertex="1">
                    <mxGeometry y="30" width="280" height="30" as="geometry"/>
                </mxCell>
                <mxCell id="163" value="PK" style="shape=partialRectangle;connectable=0;fillColor=default;top=0;left=0;bottom=0;right=0;fontStyle=1;overflow=hidden;html=1;whiteSpace=wrap;labelBackgroundColor=none;labelBorderColor=none;swimlaneFillColor=none;" parent="162" vertex="1">
                    <mxGeometry width="60" height="30" as="geometry">
                        <mxRectangle width="60" height="30" as="alternateBounds"/>
                    </mxGeometry>
                </mxCell>
-                 <mxCell id="164" value="T4_rentid VARCHAR(50)" style="shape=partialRectangle;connectable=0;fillColor=default;top=0;left=0;bottom=0;right=0;align=left;spacingLeft=6;fontStyle=1;overflow=hidden;html=1;whiteSpace=wrap;labelBackgroundColor=none;labelBorderColor=none;swimlaneFillColor=none;" parent="162" vertex="1">
+                 <mxCell id="164" value="T4_lendid VARCHAR(50)" style="shape=partialRectangle;connectable=0;fillColor=default;top=0;left=0;bottom=0;right=0;align=left;spacingLeft=6;fontStyle=1;overflow=hidden;html=1;whiteSpace=wrap;labelBackgroundColor=none;labelBorderColor=none;swimlaneFillColor=none;" parent="162" vertex="1">
                    <mxGeometry x="60" width="220" height="30" as="geometry">
                        <mxRectangle width="220" height="30" as="alternateBounds"/>
                    </mxGeometry>
                </mxCell>
                <mxCell id="201" value="" style="shape=tableRow;horizontal=0;startSize=0;swimlaneHead=0;swimlaneBody=0;fillColor=default;collapsible=0;dropTarget=0;points=[[0,0.5],[1,0.5]];portConstraint=eastwest;top=0;left=0;right=0;bottom=0;html=1;labelBackgroundColor=none;labelBorderColor=none;swimlaneFillColor=none;" parent="161" vertex="1">
                    <mxGeometry y="60" width="280" height="30" as="geometry"/>
                </mxCell>
                <mxCell id="202" value="FK" style="shape=partialRectangle;connectable=0;fillColor=default;top=0;left=0;bottom=0;right=0;editable=1;overflow=hidden;html=1;whiteSpace=wrap;labelBackgroundColor=none;labelBorderColor=none;swimlaneFillColor=none;" parent="201" vertex="1">
                    <mxGeometry width="60" height="30" as="geometry">
                        <mxRectangle width="60" height="30" as="alternateBounds"/>
                    </mxGeometry>
                </mxCell>
                <mxCell id="203" value="T4T3_requestid VARCHAR(50)" style="shape=partialRectangle;connectable=0;fillColor=default;top=0;left=0;bottom=0;right=0;align=left;spacingLeft=6;overflow=hidden;html=1;whiteSpace=wrap;labelBackgroundColor=none;labelBorderColor=none;swimlaneFillColor=none;" parent="201" vertex="1">
                    <mxGeometry x="60" width="220" height="30" as="geometry">
                        <mxRectangle width="220" height="30" as="alternateBounds"/>
                    </mxGeometry>
                </mxCell>
                <mxCell id="165" value="" style="shape=tableRow;horizontal=0;startSize=0;swimlaneHead=0;swimlaneBody=0;fillColor=default;collapsible=0;dropTarget=0;points=[[0,0.5],[1,0.5]];portConstraint=eastwest;top=0;left=0;right=0;bottom=0;html=1;labelBackgroundColor=none;labelBorderColor=none;swimlaneFillColor=none;" parent="161" vertex="1">
                    <mxGeometry y="90" width="280" height="30" as="geometry"/>
                </mxCell>
                <mxCell id="166" value="&lt;span style=&quot;font-weight: normal;&quot;&gt;FK&lt;/span&gt;" style="shape=partialRectangle;connectable=0;fillColor=default;top=0;left=0;bottom=0;right=0;fontStyle=1;overflow=hidden;html=1;whiteSpace=wrap;strokeWidth=1;shadow=0;strokeColor=default;perimeterSpacing=0;labelBackgroundColor=none;labelBorderColor=none;swimlaneFillColor=none;" parent="165" vertex="1">
                    <mxGeometry width="60" height="30" as="geometry">
                        <mxRectangle width="60" height="30" as="alternateBounds"/>
                    </mxGeometry>
                </mxCell>
-                 <mxCell id="167" value="T4T2_asset JSON" style="shape=partialRectangle;connectable=0;fillColor=default;top=0;left=0;bottom=0;right=0;align=left;spacingLeft=6;fontStyle=0;overflow=hidden;html=1;whiteSpace=wrap;strokeWidth=1;shadow=0;perimeterSpacing=0;labelBackgroundColor=none;labelBorderColor=none;swimlaneFillColor=none;" parent="165" vertex="1">
-                     <mxGeometry x="60" width="220" height="30" as="geometry">
-                         <mxRectangle width="220" height="30" as="alternateBounds"/>
-                     </mxGeometry>
-                 </mxCell>
-                 <mxCell id="168" value="" style="shape=tableRow;horizontal=0;startSize=0;swimlaneHead=0;swimlaneBody=0;fillColor=default;collapsible=0;dropTarget=0;points=[[0,0.5],[1,0.5]];portConstraint=eastwest;top=0;left=0;right=0;bottom=0;html=1;labelBackgroundColor=none;labelBorderColor=none;swimlaneFillColor=none;" parent="161" vertex="1">
+                 <mxCell id="167" value="T4T2_asset VARCHAR(50)" style="shape=partialRectangle;connectable=0;fillColor=default;top=0;left=0;bottom=0;right=0;align=left;spacingLeft=6;fontStyle=0;overflow=hidden;html=1;whiteSpace=wrap;strokeWidth=1;shadow=0;perimeterSpacing=0;labelBackgroundColor=none;labelBorderColor=none;swimlaneFillColor=none;" parent="165" vertex="1">
+                     <mxGeometry x="60" width="220" height="30" as="geometry">
+                         <mxRectangle width="220" height="30" as="alternateBounds"/>
+                     </mxGeometry>
+                 </mxCell>
+                 <mxCell id="171" value="" style="shape=tableRow;horizontal=0;startSize=0;swimlaneHead=0;swimlaneBody=0;fillColor=default;collapsible=0;dropTarget=0;points=[[0,0.5],[1,0.5]];portConstraint=eastwest;top=0;left=0;right=0;bottom=0;html=1;labelBackgroundColor=none;labelBorderColor=none;swimlaneFillColor=none;" parent="161" vertex="1">
                    <mxGeometry y="120" width="280" height="30" as="geometry"/>
                </mxCell>
-                 <mxCell id="169" value="" style="shape=partialRectangle;connectable=0;fillColor=default;top=0;left=0;bottom=0;right=0;fontStyle=1;overflow=hidden;html=1;whiteSpace=wrap;strokeWidth=1;shadow=0;strokeColor=default;perimeterSpacing=0;labelBackgroundColor=none;labelBorderColor=none;swimlaneFillColor=none;" parent="168" vertex="1">
-                     <mxGeometry width="60" height="30" as="geometry">
-                         <mxRectangle width="60" height="30" as="alternateBounds"/>
-                     </mxGeometry>
-                 </mxCell>
-                 <mxCell id="170" value="T4_location VARCHAR(20)" style="shape=partialRectangle;connectable=0;fillColor=default;top=0;left=0;bottom=0;right=0;align=left;spacingLeft=6;fontStyle=0;overflow=hidden;html=1;whiteSpace=wrap;strokeWidth=1;shadow=0;perimeterSpacing=0;labelBackgroundColor=none;labelBorderColor=none;swimlaneFillColor=none;" parent="168" vertex="1">
-                     <mxGeometry x="60" width="220" height="30" as="geometry">
-                         <mxRectangle width="220" height="30" as="alternateBounds"/>
-                     </mxGeometry>
-                 </mxCell>
-                 <mxCell id="226" value="" style="shape=tableRow;horizontal=0;startSize=0;swimlaneHead=0;swimlaneBody=0;fillColor=default;collapsible=0;dropTarget=0;points=[[0,0.5],[1,0.5]];portConstraint=eastwest;top=0;left=0;right=0;bottom=0;html=1;labelBackgroundColor=none;labelBorderColor=none;swimlaneFillColor=none;" parent="161" vertex="1">
+                 <mxCell id="172" value="" style="shape=partialRectangle;connectable=0;fillColor=default;top=0;left=0;bottom=0;right=0;editable=1;overflow=hidden;html=1;whiteSpace=wrap;labelBackgroundColor=none;labelBorderColor=none;swimlaneFillColor=none;" parent="171" vertex="1">
+                     <mxGeometry width="60" height="30" as="geometry">
+                         <mxRectangle width="60" height="30" as="alternateBounds"/>
+                     </mxGeometry>
+                 </mxCell>
+                 <mxCell id="173" value="T4_timereceive DATETIME" style="shape=partialRectangle;connectable=0;fillColor=default;top=0;left=0;bottom=0;right=0;align=left;spacingLeft=6;overflow=hidden;html=1;whiteSpace=wrap;labelBackgroundColor=none;labelBorderColor=none;swimlaneFillColor=none;" parent="171" vertex="1">
+                     <mxGeometry x="60" width="220" height="30" as="geometry">
+                         <mxRectangle width="220" height="30" as="alternateBounds"/>
+                     </mxGeometry>
+                 </mxCell>
+                 <mxCell id="174" value="" style="shape=tableRow;horizontal=0;startSize=0;swimlaneHead=0;swimlaneBody=0;fillColor=default;collapsible=0;dropTarget=0;points=[[0,0.5],[1,0.5]];portConstraint=eastwest;top=0;left=0;right=0;bottom=0;html=1;labelBackgroundColor=none;labelBorderColor=none;swimlaneFillColor=none;" parent="161" vertex="1">
                    <mxGeometry y="150" width="280" height="30" as="geometry"/>
                </mxCell>
-                 <mxCell id="227" value="" style="shape=partialRectangle;connectable=0;fillColor=default;top=0;left=0;bottom=0;right=0;editable=1;overflow=hidden;html=1;whiteSpace=wrap;labelBackgroundColor=none;labelBorderColor=none;swimlaneFillColor=none;" parent="226" vertex="1">
-                     <mxGeometry width="60" height="30" as="geometry">
-                         <mxRectangle width="60" height="30" as="alternateBounds"/>
-                     </mxGeometry>
-                 </mxCell>
-                 <mxCell id="228" value="T4_datetoreceive DATE" style="shape=partialRectangle;connectable=0;fillColor=default;top=0;left=0;bottom=0;right=0;align=left;spacingLeft=6;overflow=hidden;html=1;whiteSpace=wrap;labelBackgroundColor=none;labelBorderColor=none;swimlaneFillColor=none;" parent="226" vertex="1">
-                     <mxGeometry x="60" width="220" height="30" as="geometry">
-                         <mxRectangle width="220" height="30" as="alternateBounds"/>
-                     </mxGeometry>
-                 </mxCell>
-                 <mxCell id="171" value="" style="shape=tableRow;horizontal=0;startSize=0;swimlaneHead=0;swimlaneBody=0;fillColor=default;collapsible=0;dropTarget=0;points=[[0,0.5],[1,0.5]];portConstraint=eastwest;top=0;left=0;right=0;bottom=0;html=1;labelBackgroundColor=none;labelBorderColor=none;swimlaneFillColor=none;" parent="161" vertex="1">
-                     <mxGeometry y="180" width="280" height="30" as="geometry"/>
-                 </mxCell>
-                 <mxCell id="172" value="" style="shape=partialRectangle;connectable=0;fillColor=default;top=0;left=0;bottom=0;right=0;editable=1;overflow=hidden;html=1;whiteSpace=wrap;labelBackgroundColor=none;labelBorderColor=none;swimlaneFillColor=none;" parent="171" vertex="1">
-                     <mxGeometry width="60" height="30" as="geometry">
-                         <mxRectangle width="60" height="30" as="alternateBounds"/>
-                     </mxGeometry>
-                 </mxCell>
-                 <mxCell id="173" value="T4_timereceive DATETIME" style="shape=partialRectangle;connectable=0;fillColor=default;top=0;left=0;bottom=0;right=0;align=left;spacingLeft=6;overflow=hidden;html=1;whiteSpace=wrap;labelBackgroundColor=none;labelBorderColor=none;swimlaneFillColor=none;" parent="171" vertex="1">
-                     <mxGeometry x="60" width="220" height="30" as="geometry">
-                         <mxRectangle width="220" height="30" as="alternateBounds"/>
-                     </mxGeometry>
-                 </mxCell>
-                 <mxCell id="174" value="" style="shape=tableRow;horizontal=0;startSize=0;swimlaneHead=0;swimlaneBody=0;fillColor=default;collapsible=0;dropTarget=0;points=[[0,0.5],[1,0.5]];portConstraint=eastwest;top=0;left=0;right=0;bottom=0;html=1;labelBackgroundColor=none;labelBorderColor=none;swimlaneFillColor=none;" parent="161" vertex="1">
-                     <mxGeometry y="210" width="280" height="30" as="geometry"/>
-                 </mxCell>
                <mxCell id="175" value="" style="shape=partialRectangle;connectable=0;fillColor=default;top=0;left=0;bottom=0;right=0;editable=1;overflow=hidden;html=1;whiteSpace=wrap;labelBackgroundColor=none;labelBorderColor=none;swimlaneFillColor=none;" parent="174" vertex="1">
                    <mxGeometry width="60" height="30" as="geometry">
                        <mxRectangle width="60" height="30" as="alternateBounds"/>
                    </mxGeometry>
                </mxCell>
-                 <mxCell id="176" value="T4_timereturn DATETIMR" style="shape=partialRectangle;connectable=0;fillColor=default;top=0;left=0;bottom=0;right=0;align=left;spacingLeft=6;overflow=hidden;html=1;whiteSpace=wrap;labelBackgroundColor=none;labelBorderColor=none;swimlaneFillColor=none;" parent="174" vertex="1">
-                     <mxGeometry x="60" width="220" height="30" as="geometry">
-                         <mxRectangle width="220" height="30" as="alternateBounds"/>
-                     </mxGeometry>
-                 </mxCell>
-                 <mxCell id="177" value="" style="shape=tableRow;horizontal=0;startSize=0;swimlaneHead=0;swimlaneBody=0;fillColor=default;collapsible=0;dropTarget=0;points=[[0,0.5],[1,0.5]];portConstraint=eastwest;top=0;left=0;right=0;bottom=0;html=1;labelBackgroundColor=none;labelBorderColor=none;swimlaneFillColor=none;" parent="161" vertex="1">
-                     <mxGeometry y="240" width="280" height="30" as="geometry"/>
-                 </mxCell>
-                 <mxCell id="178" value="" style="shape=partialRectangle;connectable=0;fillColor=default;top=0;left=0;bottom=0;right=0;editable=1;overflow=hidden;html=1;whiteSpace=wrap;labelBackgroundColor=none;labelBorderColor=none;swimlaneFillColor=none;" parent="177" vertex="1">
-                     <mxGeometry width="60" height="30" as="geometry">
-                         <mxRectangle width="60" height="30" as="alternateBounds"/>
-                     </mxGeometry>
-                 </mxCell>
-                 <mxCell id="179" value="T4_finance JSON" style="shape=partialRectangle;connectable=0;fillColor=default;top=0;left=0;bottom=0;right=0;align=left;spacingLeft=6;overflow=hidden;html=1;whiteSpace=wrap;labelBackgroundColor=none;labelBorderColor=none;swimlaneFillColor=none;" parent="177" vertex="1">
+                 <mxCell id="176" value="T4_timereturn DATETIME" style="shape=partialRectangle;connectable=0;fillColor=default;top=0;left=0;bottom=0;right=0;align=left;spacingLeft=6;overflow=hidden;html=1;whiteSpace=wrap;labelBackgroundColor=none;labelBorderColor=none;swimlaneFillColor=none;" parent="174" vertex="1">
                    <mxGeometry x="60" width="220" height="30" as="geometry">
                        <mxRectangle width="220" height="30" as="alternateBounds"/>
                    </mxGeometry>
                </mxCell>
                <mxCell id="204" value="T5_book" style="shape=table;startSize=30;container=1;collapsible=1;childLayout=tableLayout;fixedRows=1;rowLines=0;fontStyle=1;align=center;resizeLast=1;html=1;whiteSpace=wrap;fillColor=default;fillStyle=solid;swimlaneFillColor=none;strokeColor=default;perimeterSpacing=0;swimlaneLine=1;shadow=0;strokeWidth=2;labelBorderColor=none;labelBackgroundColor=none;" parent="1" vertex="1">
                    <mxGeometry x="520" y="370" width="290" height="180" as="geometry"/>
                </mxCell>
                <mxCell id="205" value="" style="shape=tableRow;horizontal=0;startSize=0;swimlaneHead=0;swimlaneBody=0;fillColor=default;collapsible=0;dropTarget=0;points=[[0,0.5],[1,0.5]];portConstraint=eastwest;top=0;left=0;right=0;bottom=0;html=1;labelBackgroundColor=none;labelBorderColor=none;swimlaneFillColor=none;" parent="204" vertex="1">
                    <mxGeometry y="30" width="290" height="30" as="geometry"/>
                </mxCell>
                <mxCell id="206" value="PK" style="shape=partialRectangle;connectable=0;fillColor=default;top=0;left=0;bottom=0;right=0;fontStyle=1;overflow=hidden;html=1;whiteSpace=wrap;labelBackgroundColor=none;labelBorderColor=none;swimlaneFillColor=none;" parent="205" vertex="1">
                    <mxGeometry width="60" height="30" as="geometry">
                        <mxRectangle width="60" height="30" as="alternateBounds"/>
                    </mxGeometry>
                </mxCell>
                <mxCell id="207" value="T5_bookid VARCHAR(50)" style="shape=partialRectangle;connectable=0;fillColor=default;top=0;left=0;bottom=0;right=0;align=left;spacingLeft=6;fontStyle=1;overflow=hidden;html=1;whiteSpace=wrap;labelBackgroundColor=none;labelBorderColor=none;swimlaneFillColor=none;" parent="205" vertex="1">
                    <mxGeometry x="60" width="230" height="30" as="geometry">
                        <mxRectangle width="230" height="30" as="alternateBounds"/>
                    </mxGeometry>
                </mxCell>
                <mxCell id="208" value="" style="shape=tableRow;horizontal=0;startSize=0;swimlaneHead=0;swimlaneBody=0;fillColor=default;collapsible=0;dropTarget=0;points=[[0,0.5],[1,0.5]];portConstraint=eastwest;top=0;left=0;right=0;bottom=0;html=1;labelBackgroundColor=none;labelBorderColor=none;swimlaneFillColor=none;" parent="204" vertex="1">
                    <mxGeometry y="60" width="290" height="30" as="geometry"/>
                </mxCell>
                <mxCell id="209" value="FK" style="shape=partialRectangle;connectable=0;fillColor=default;top=0;left=0;bottom=0;right=0;editable=1;overflow=hidden;html=1;whiteSpace=wrap;labelBackgroundColor=none;labelBorderColor=none;swimlaneFillColor=none;" parent="208" vertex="1">
                    <mxGeometry width="60" height="30" as="geometry">
                        <mxRectangle width="60" height="30" as="alternateBounds"/>
                    </mxGeometry>
                </mxCell>
                <mxCell id="210" value="T5T3_requestid VARCHAR(50)" style="shape=partialRectangle;connectable=0;fillColor=default;top=0;left=0;bottom=0;right=0;align=left;spacingLeft=6;overflow=hidden;html=1;whiteSpace=wrap;labelBackgroundColor=none;labelBorderColor=none;swimlaneFillColor=none;" parent="208" vertex="1">
                    <mxGeometry x="60" width="230" height="30" as="geometry">
                        <mxRectangle width="230" height="30" as="alternateBounds"/>
                    </mxGeometry>
                </mxCell>
                <mxCell id="211" value="" style="shape=tableRow;horizontal=0;startSize=0;swimlaneHead=0;swimlaneBody=0;fillColor=default;collapsible=0;dropTarget=0;points=[[0,0.5],[1,0.5]];portConstraint=eastwest;top=0;left=0;right=0;bottom=0;html=1;labelBackgroundColor=none;labelBorderColor=none;swimlaneFillColor=none;" parent="204" vertex="1">
                    <mxGeometry y="90" width="290" height="30" as="geometry"/>
                </mxCell>
                <mxCell id="212" value="" style="shape=partialRectangle;connectable=0;fillColor=default;top=0;left=0;bottom=0;right=0;fontStyle=1;overflow=hidden;html=1;whiteSpace=wrap;strokeWidth=1;shadow=0;strokeColor=default;perimeterSpacing=0;labelBackgroundColor=none;labelBorderColor=none;swimlaneFillColor=none;" parent="211" vertex="1">
                    <mxGeometry width="60" height="30" as="geometry">
                        <mxRectangle width="60" height="30" as="alternateBounds"/>
                    </mxGeometry>
                </mxCell>
                <mxCell id="213" value="T5_asset JSON" style="shape=partialRectangle;connectable=0;fillColor=default;top=0;left=0;bottom=0;right=0;align=left;spacingLeft=6;fontStyle=0;overflow=hidden;html=1;whiteSpace=wrap;strokeWidth=1;shadow=0;perimeterSpacing=0;labelBackgroundColor=none;labelBorderColor=none;swimlaneFillColor=none;" parent="211" vertex="1">
                    <mxGeometry x="60" width="230" height="30" as="geometry">
                        <mxRectangle width="230" height="30" as="alternateBounds"/>
                    </mxGeometry>
                </mxCell>
                <mxCell id="217" value="" style="shape=tableRow;horizontal=0;startSize=0;swimlaneHead=0;swimlaneBody=0;fillColor=default;collapsible=0;dropTarget=0;points=[[0,0.5],[1,0.5]];portConstraint=eastwest;top=0;left=0;right=0;bottom=0;html=1;labelBackgroundColor=none;labelBorderColor=none;swimlaneFillColor=none;" parent="204" vertex="1">
                    <mxGeometry y="120" width="290" height="30" as="geometry"/>
                </mxCell>
                <mxCell id="218" value="" style="shape=partialRectangle;connectable=0;fillColor=default;top=0;left=0;bottom=0;right=0;editable=1;overflow=hidden;html=1;whiteSpace=wrap;labelBackgroundColor=none;labelBorderColor=none;swimlaneFillColor=none;" parent="217" vertex="1">
                    <mxGeometry width="60" height="30" as="geometry">
                        <mxRectangle width="60" height="30" as="alternateBounds"/>
                    </mxGeometry>
                </mxCell>
                <mxCell id="219" value="T5_timestart DATETIME" style="shape=partialRectangle;connectable=0;fillColor=default;top=0;left=0;bottom=0;right=0;align=left;spacingLeft=6;overflow=hidden;html=1;whiteSpace=wrap;labelBackgroundColor=none;labelBorderColor=none;swimlaneFillColor=none;" parent="217" vertex="1">
                    <mxGeometry x="60" width="230" height="30" as="geometry">
                        <mxRectangle width="230" height="30" as="alternateBounds"/>
                    </mxGeometry>
                </mxCell>
                <mxCell id="220" value="" style="shape=tableRow;horizontal=0;startSize=0;swimlaneHead=0;swimlaneBody=0;fillColor=default;collapsible=0;dropTarget=0;points=[[0,0.5],[1,0.5]];portConstraint=eastwest;top=0;left=0;right=0;bottom=0;html=1;labelBackgroundColor=none;labelBorderColor=none;swimlaneFillColor=none;" parent="204" vertex="1">
                    <mxGeometry y="150" width="290" height="30" as="geometry"/>
                </mxCell>
                <mxCell id="221" value="" style="shape=partialRectangle;connectable=0;fillColor=default;top=0;left=0;bottom=0;right=0;editable=1;overflow=hidden;html=1;whiteSpace=wrap;labelBackgroundColor=none;labelBorderColor=none;swimlaneFillColor=none;" parent="220" vertex="1">
                    <mxGeometry width="60" height="30" as="geometry">
                        <mxRectangle width="60" height="30" as="alternateBounds"/>
                    </mxGeometry>
                </mxCell>
                <mxCell id="222" value="T5&lt;span style=&quot;color: rgb(63, 63, 63); background-color: transparent;&quot;&gt;_timeend DATETIME&lt;/span&gt;" style="shape=partialRectangle;connectable=0;fillColor=default;top=0;left=0;bottom=0;right=0;align=left;spacingLeft=6;overflow=hidden;html=1;whiteSpace=wrap;labelBackgroundColor=none;labelBorderColor=none;swimlaneFillColor=none;" parent="220" vertex="1">
                    <mxGeometry x="60" width="230" height="30" as="geometry">
                        <mxRectangle width="230" height="30" as="alternateBounds"/>
                    </mxGeometry>
                </mxCell>
-                 <mxCell id="229" style="edgeStyle=orthogonalEdgeStyle;html=1;entryX=0;entryY=0.5;entryDx=0;entryDy=0;exitX=0;exitY=0.5;exitDx=0;exitDy=0;rounded=0;curved=0;strokeWidth=2;endArrow=ERzeroToMany;endFill=0;startArrow=ERmandOne;startFill=0;" edge="1" parent="1" source="19" target="60">
+                 <mxCell id="229" style="edgeStyle=orthogonalEdgeStyle;html=1;entryX=0;entryY=0.5;entryDx=0;entryDy=0;exitX=0;exitY=0.5;exitDx=0;exitDy=0;rounded=0;curved=0;strokeWidth=2;endArrow=ERzeroToMany;endFill=0;startArrow=ERmandOne;startFill=0;" parent="1" source="19" target="60" edge="1">
                    <mxGeometry relative="1" as="geometry">
                        <Array as="points">
                            <mxPoint x="190" y="575"/>
                            <mxPoint x="190" y="305"/>
                        </Array>
                    </mxGeometry>
                </mxCell>
-                 <mxCell id="232" style="edgeStyle=orthogonalEdgeStyle;shape=connector;curved=0;rounded=0;html=1;exitX=0;exitY=0.5;exitDx=0;exitDy=0;entryX=1;entryY=0.25;entryDx=0;entryDy=0;strokeColor=default;strokeWidth=2;align=center;verticalAlign=middle;fontFamily=Helvetica;fontSize=11;fontColor=default;labelBackgroundColor=default;endArrow=ERzeroToOne;startArrow=ERmandOne;startFill=0;endFill=0;" edge="1" parent="1" source="73" target="204">
+                 <mxCell id="232" style="edgeStyle=orthogonalEdgeStyle;shape=connector;curved=0;rounded=0;html=1;exitX=0;exitY=0.5;exitDx=0;exitDy=0;entryX=1;entryY=0.25;entryDx=0;entryDy=0;strokeColor=default;strokeWidth=2;align=center;verticalAlign=middle;fontFamily=Helvetica;fontSize=11;fontColor=default;labelBackgroundColor=default;endArrow=ERzeroToOne;startArrow=ERmandOne;startFill=0;endFill=0;" parent="1" source="73" target="204" edge="1">
                    <mxGeometry relative="1" as="geometry"/>
                </mxCell>
-                 <mxCell id="233" style="edgeStyle=orthogonalEdgeStyle;shape=connector;curved=0;rounded=0;html=1;exitX=1;exitY=0.5;exitDx=0;exitDy=0;entryX=1;entryY=0.5;entryDx=0;entryDy=0;strokeColor=default;strokeWidth=2;align=center;verticalAlign=middle;fontFamily=Helvetica;fontSize=11;fontColor=default;labelBackgroundColor=default;endArrow=ERzeroToOne;startArrow=ERmandOne;startFill=0;endFill=0;" edge="1" parent="1" source="73">
+                 <mxCell id="233" style="edgeStyle=orthogonalEdgeStyle;shape=connector;curved=0;rounded=0;html=1;exitX=1;exitY=0.5;exitDx=0;exitDy=0;entryX=1;entryY=0.5;entryDx=0;entryDy=0;strokeColor=default;strokeWidth=2;align=center;verticalAlign=middle;fontFamily=Helvetica;fontSize=11;fontColor=default;labelBackgroundColor=default;endArrow=ERzeroToOne;startArrow=ERmandOne;startFill=0;endFill=0;" parent="1" source="73" edge="1">
                    <mxGeometry relative="1" as="geometry">
                        <mxPoint x="1140" y="467" as="sourcePoint"/>
                        <mxPoint x="1140" y="187" as="targetPoint"/>
                        <Array as="points">
                            <mxPoint x="1170" y="545"/>
                            <mxPoint x="1170" y="187"/>
                        </Array>
                    </mxGeometry>
                </mxCell>
-                 <mxCell id="234" style="edgeStyle=orthogonalEdgeStyle;shape=connector;curved=0;rounded=0;html=1;entryX=0;entryY=0.5;entryDx=0;entryDy=0;strokeColor=default;strokeWidth=2;align=center;verticalAlign=middle;fontFamily=Helvetica;fontSize=11;fontColor=default;labelBackgroundColor=default;endArrow=ERzeroToMany;startArrow=ERoneToMany;startFill=0;endFill=0;" edge="1" parent="1" source="35" target="165">
+                 <mxCell id="234" style="edgeStyle=orthogonalEdgeStyle;shape=connector;curved=0;rounded=0;html=1;entryX=0;entryY=0.5;entryDx=0;entryDy=0;strokeColor=default;strokeWidth=2;align=center;verticalAlign=middle;fontFamily=Helvetica;fontSize=11;fontColor=default;labelBackgroundColor=default;endArrow=ERzeroToMany;startArrow=ERoneToMany;startFill=0;endFill=0;" parent="1" source="35" target="165" edge="1">
                    <mxGeometry relative="1" as="geometry"/>
                </mxCell>
-                 <mxCell id="235" style="edgeStyle=orthogonalEdgeStyle;shape=connector;curved=0;rounded=0;html=1;entryX=0;entryY=0.5;entryDx=0;entryDy=0;strokeColor=default;strokeWidth=2;align=center;verticalAlign=middle;fontFamily=Helvetica;fontSize=11;fontColor=default;labelBackgroundColor=default;endArrow=ERzeroToMany;startArrow=ERmandOne;startFill=0;endFill=0;" edge="1" parent="1" source="19" target="76">
+                 <mxCell id="235" style="edgeStyle=orthogonalEdgeStyle;shape=connector;curved=0;rounded=0;html=1;entryX=0;entryY=0.5;entryDx=0;entryDy=0;strokeColor=default;strokeWidth=2;align=center;verticalAlign=middle;fontFamily=Helvetica;fontSize=11;fontColor=default;labelBackgroundColor=default;endArrow=ERzeroToMany;startArrow=ERmandOne;startFill=0;endFill=0;" parent="1" source="19" target="76" edge="1">
                    <mxGeometry relative="1" as="geometry"/>
                </mxCell>
            </root>
        </mxGraphModel>
    </diagram>
</mxfile>